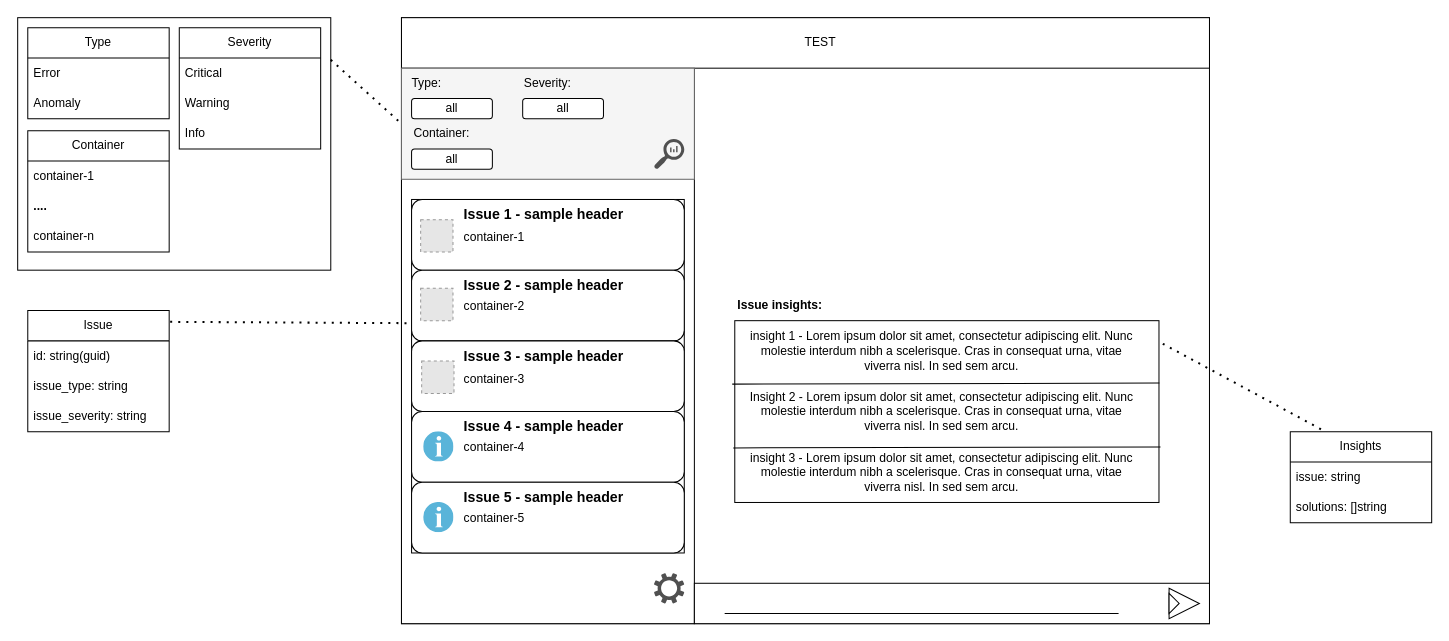
Above: ui_mock.drawio in SzymonSt/docker-signalone (draw.io), before the change. Source tidied: cells renumbered, new cells numbered last; positions are measured from the earlier drawing's top-left corner, leaving out a move shared by most shapes. Both pictures are drawn from the tidied source at 101%, with x=0, y=0 at pixel (17, 17). Pictures stored in the file or linked from it are replaced by grey dashed boxes.
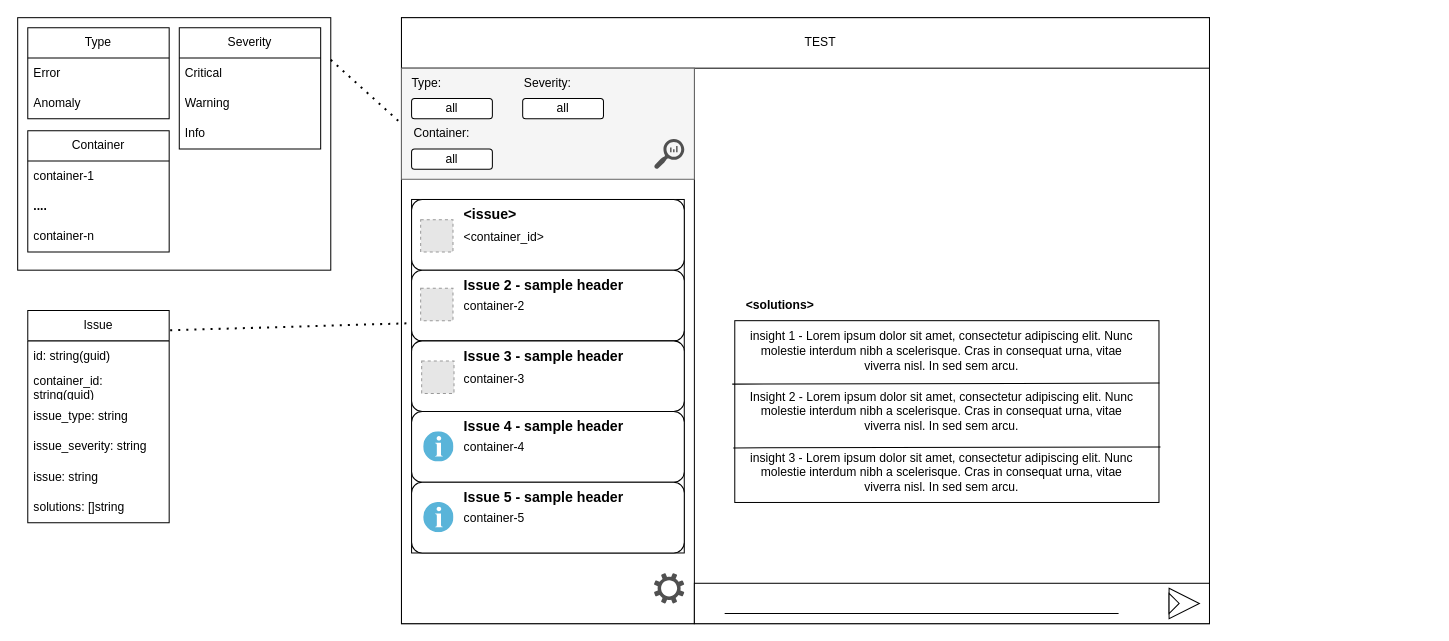
After the change.

The change refers to these unchanged cells:
```xml
<mxCell id="7" style="rounded=0;whiteSpace=wrap;html=1;" parent="1" vertex="1">
  <mxGeometry x="710" y="300" width="420" height="180" as="geometry" />
</mxCell>
```

What changed in the source:
```diff
@@
-    <mxCell id="31" value="&lt;b&gt;Issue insights:&lt;/b&gt;" style="text;html=1;strokeColor=none;fillColor=none;align=center;verticalAlign=middle;whiteSpace=wrap;rounded=0;" parent="1" vertex="1">
+    <mxCell id="31" value="&lt;b&gt;&amp;lt;solutions&amp;gt;&lt;/b&gt;" style="text;html=1;strokeColor=none;fillColor=none;align=center;verticalAlign=middle;whiteSpace=wrap;rounded=0;" parent="1" vertex="1">
       <mxGeometry x="710" y="270" width="90" height="30" as="geometry" />
     </mxCell>
@@
-    <mxCell id="33" value="&lt;b&gt;&lt;font style=&quot;font-size: 14px;&quot;&gt;Issue 1 - sample header&lt;/font&gt;&lt;/b&gt;" style="text;html=1;strokeColor=none;fillColor=none;align=left;verticalAlign=middle;whiteSpace=wrap;rounded=0;" parent="1" vertex="1">
+    <mxCell id="33" value="&lt;span style=&quot;font-size: 14px;&quot;&gt;&lt;b&gt;&amp;lt;issue&amp;gt;&lt;/b&gt;&lt;/span&gt;" style="text;html=1;strokeColor=none;fillColor=none;align=left;verticalAlign=middle;whiteSpace=wrap;rounded=0;" parent="1" vertex="1">
       <mxGeometry x="440" y="180" width="170" height="30" as="geometry" />
     </mxCell>
@@
-    <mxCell id="43" value="container-1" style="text;html=1;strokeColor=none;fillColor=none;align=left;verticalAlign=middle;whiteSpace=wrap;rounded=0;" parent="1" vertex="1">
+    <mxCell id="43" value="&amp;lt;container_id&amp;gt;" style="text;html=1;strokeColor=none;fillColor=none;align=left;verticalAlign=middle;whiteSpace=wrap;rounded=0;" parent="1" vertex="1">
       <mxGeometry x="440" y="204" width="150" height="28" as="geometry" />
     </mxCell>
@@
     <mxCell id="59" value="Issue" style="swimlane;fontStyle=0;horizontal=1;startSize=30;whiteSpace=wrap;html=1;" parent="1" vertex="1">
-      <mxGeometry x="10" y="290" width="140" height="120" as="geometry" />
+      <mxGeometry x="10" y="290" width="140" height="210" as="geometry" />
     </mxCell>
@@
+    <mxCell id="69" value="container_id: string(guid)" style="text;strokeColor=none;fillColor=none;align=left;verticalAlign=middle;spacingLeft=4;spacingRight=4;overflow=hidden;whiteSpace=wrap;html=1;" parent="59" vertex="1">
+      <mxGeometry y="60" width="140" height="30" as="geometry" />
+    </mxCell>
     <mxCell id="61" value="issue_type: string" style="text;strokeColor=none;fillColor=none;align=left;verticalAlign=middle;spacingLeft=4;spacingRight=4;overflow=hidden;whiteSpace=wrap;html=1;" parent="59" vertex="1">
-      <mxGeometry y="60" width="140" height="30" as="geometry" />
+      <mxGeometry y="90" width="140" height="30" as="geometry" />
     </mxCell>
     <mxCell id="62" value="issue_severity: string" style="text;strokeColor=none;fillColor=none;align=left;verticalAlign=middle;spacingLeft=4;spacingRight=4;overflow=hidden;whiteSpace=wrap;html=1;" parent="59" vertex="1">
-      <mxGeometry y="90" width="140" height="30" as="geometry" />
+      <mxGeometry y="120" width="140" height="30" as="geometry" />
     </mxCell>
+    <mxCell id="66" value="issue: string" style="text;strokeColor=none;fillColor=none;align=left;verticalAlign=middle;spacingLeft=4;spacingRight=4;overflow=hidden;whiteSpace=wrap;html=1;" parent="59" vertex="1">
+      <mxGeometry y="150" width="140" height="30" as="geometry" />
+    </mxCell>
+    <mxCell id="67" value="solutions: []string" style="text;strokeColor=none;fillColor=none;align=left;verticalAlign=middle;spacingLeft=4;spacingRight=4;overflow=hidden;whiteSpace=wrap;html=1;" parent="59" vertex="1">
+      <mxGeometry y="180" width="140" height="30" as="geometry" />
+    </mxCell>
@@
-    <mxCell id="65" value="Insights" style="swimlane;fontStyle=0;horizontal=1;startSize=30;whiteSpace=wrap;html=1;" parent="1" vertex="1">
-      <mxGeometry x="1260" y="410" width="140" height="90" as="geometry" />
-    </mxCell>
-    <mxCell id="66" value="issue: string" style="text;strokeColor=none;fillColor=none;align=left;verticalAlign=middle;spacingLeft=4;spacingRight=4;overflow=hidden;whiteSpace=wrap;html=1;" parent="65" vertex="1">
-      <mxGeometry y="30" width="140" height="30" as="geometry" />
-    </mxCell>
-    <mxCell id="67" value="solutions: []string" style="text;strokeColor=none;fillColor=none;align=left;verticalAlign=middle;spacingLeft=4;spacingRight=4;overflow=hidden;whiteSpace=wrap;html=1;" parent="65" vertex="1">
-      <mxGeometry y="60" width="140" height="30" as="geometry" />
-    </mxCell>
-    <mxCell id="68" style="endArrow=none;dashed=1;html=1;dashPattern=1 3;strokeWidth=2;rounded=0;entryX=0.25;entryY=0;entryDx=0;entryDy=0;exitX=1.009;exitY=0.127;exitDx=0;exitDy=0;exitPerimeter=0;" parent="1" edge="1" source="7" target="65">
-      <mxGeometry relative="1" as="geometry" />
-    </mxCell>
```
